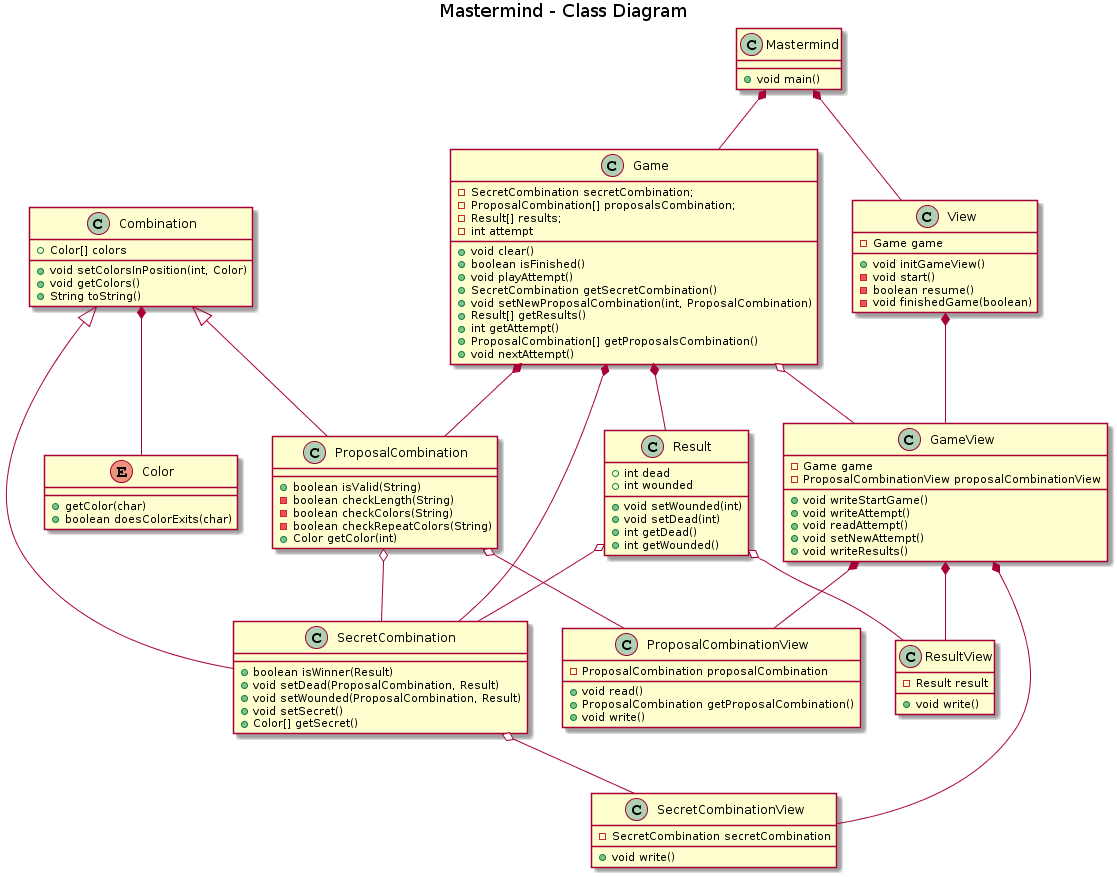
laucv/mastermind keeps this PlantUML diagram as diagramaClasesIteracion4.png. Above is the earlier version.
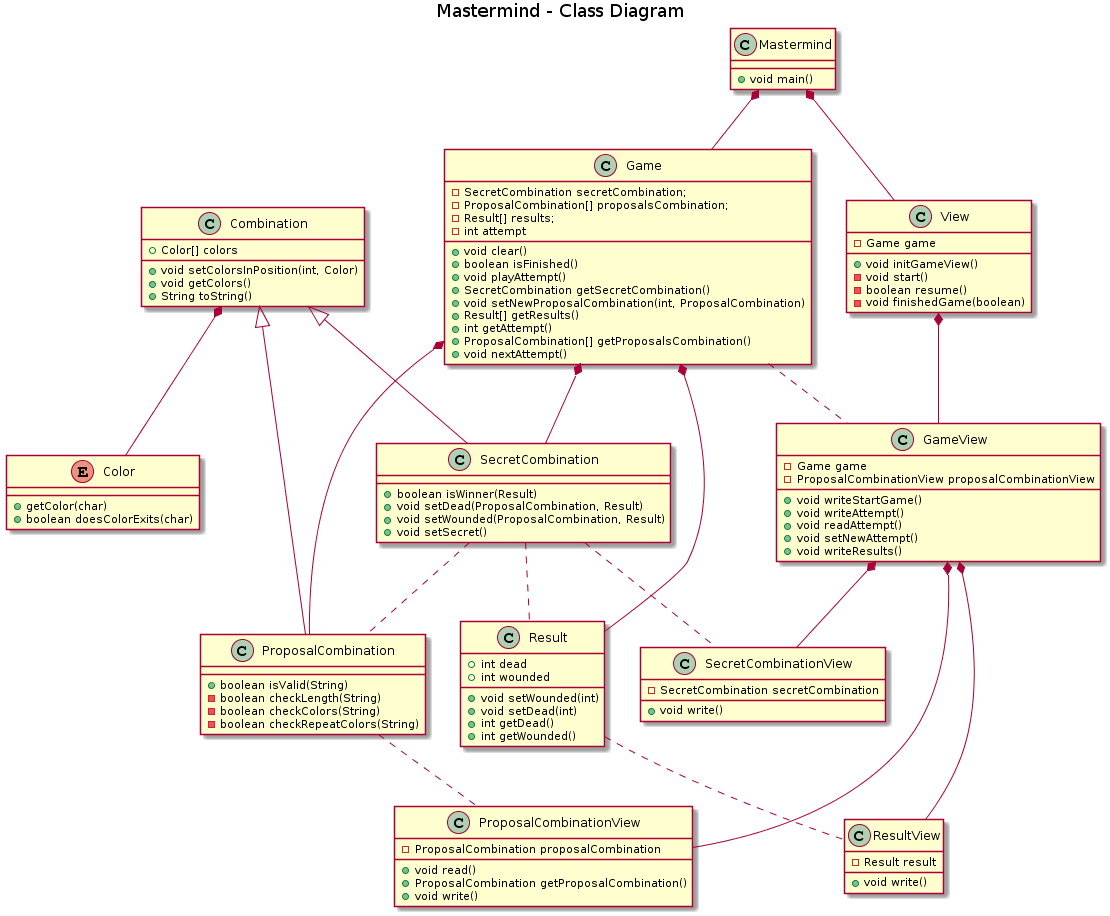
After the commit.

Diff of the diagram source:
```diff
@@ -12,7 +12,6 @@
     +void setDead(ProposalCombination, Result)
     +void setWounded(ProposalCombination, Result)
     +void setSecret()
-    +Color[] getSecret()
 }
 
 class ProposalCombination{
@@ -20,7 +19,6 @@
     -boolean checkLength(String)
     -boolean checkColors(String)
     -boolean checkRepeatColors(String)
-    +Color getColor(int)
 }
 
 class Combination{
@@ -112,10 +110,10 @@
 Combination <|-- SecretCombination
 Combination <|-- ProposalCombination
 
-SecretCombination o-- SecretCombinationView
-ProposalCombination o-- ProposalCombinationView
-ProposalCombination o-- SecretCombination
-Result o-- SecretCombination
-Game o-- GameView
-Result o-- ResultView
+SecretCombination .. SecretCombinationView
+ProposalCombination .. ProposalCombinationView
+SecretCombination .. ProposalCombination
+SecretCombination .. Result
+Game .. GameView
+Result .. ResultView
 @enduml
```
